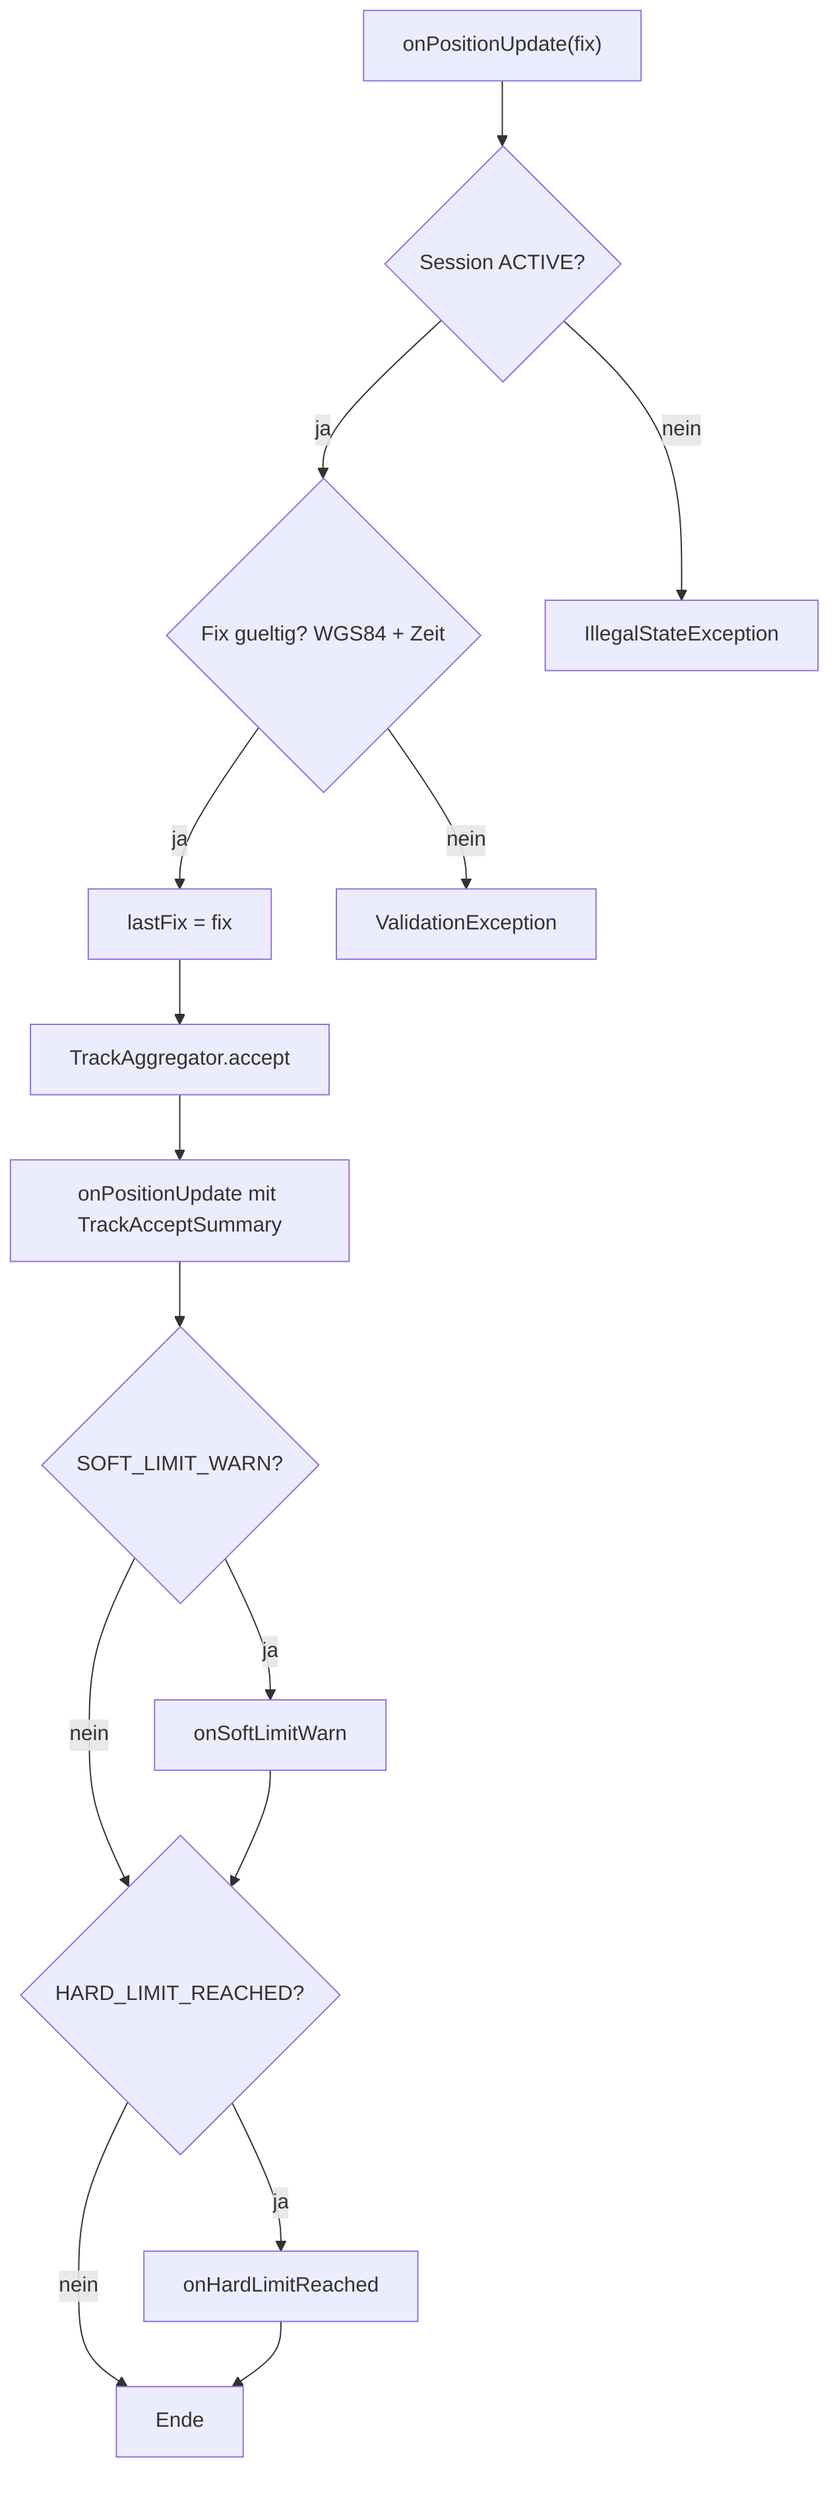
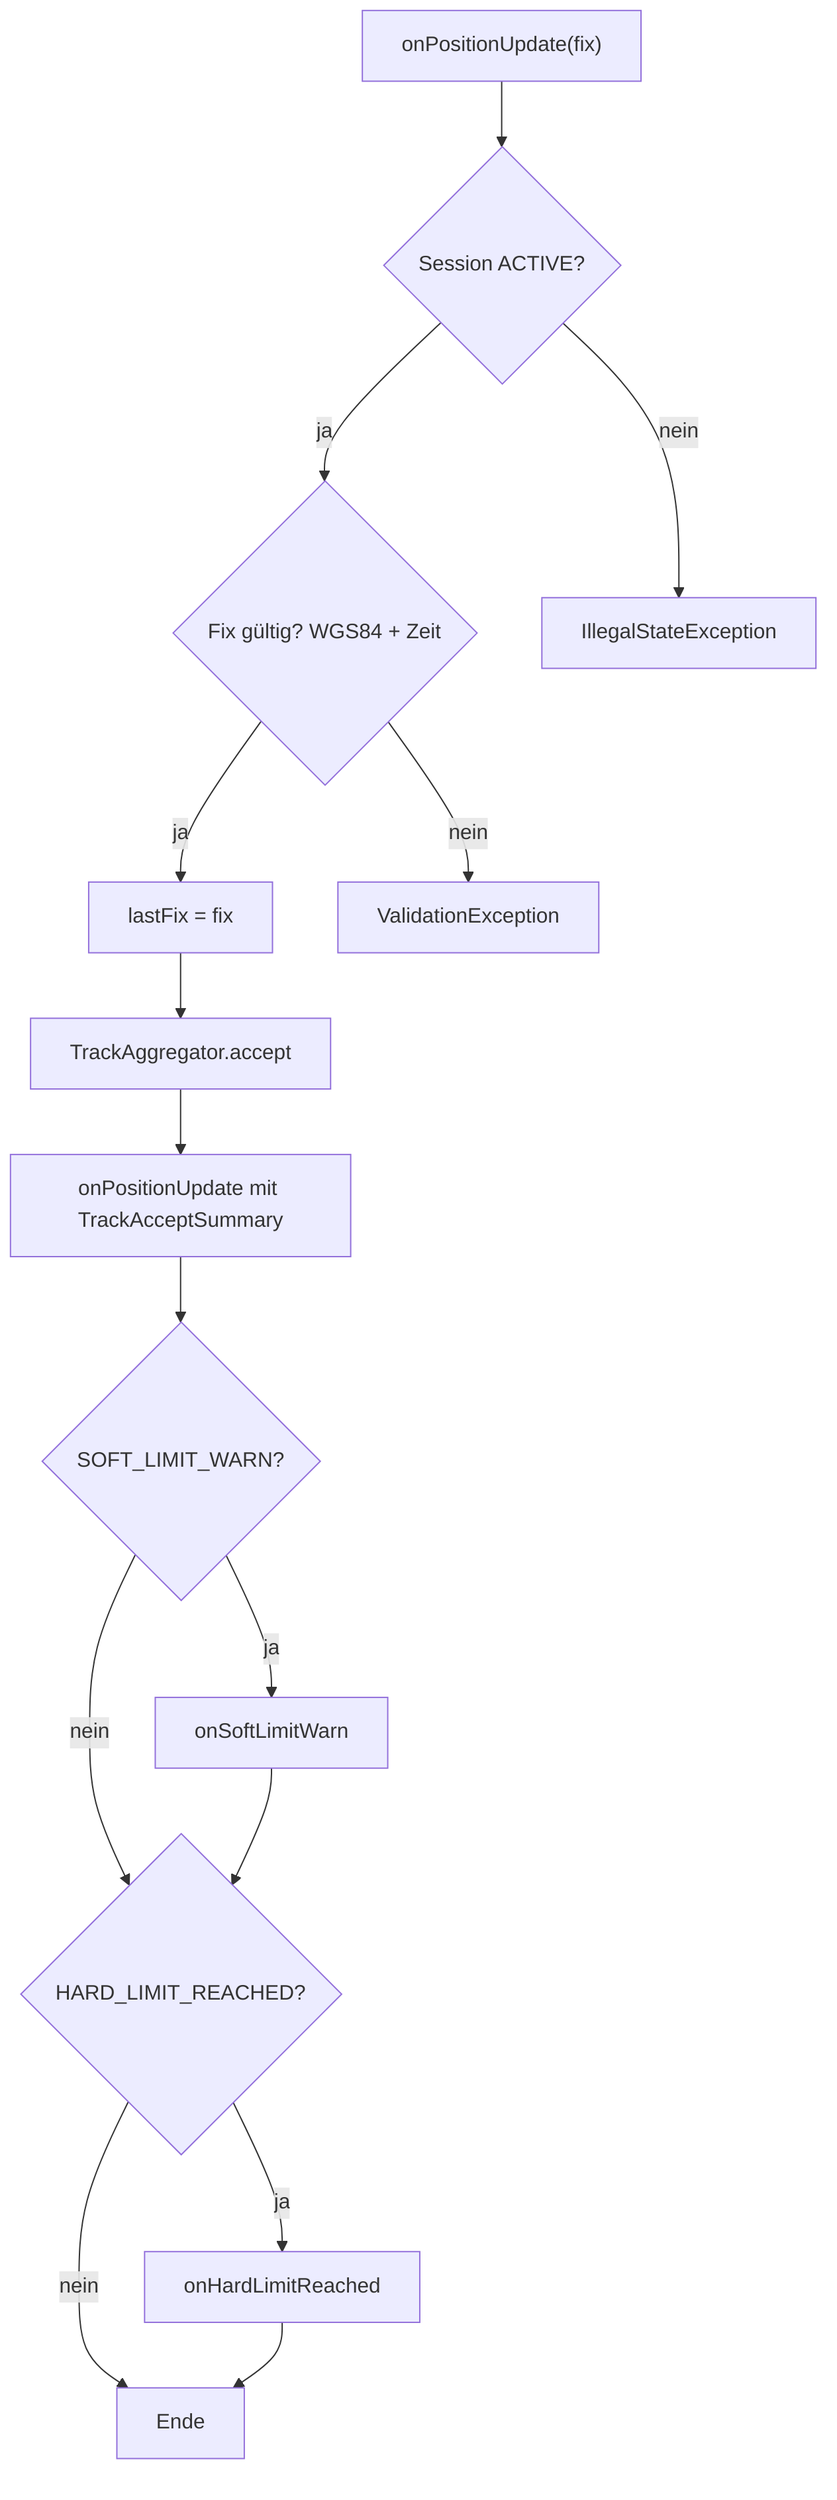
flowchart TD
  call["onPositionUpdate(fix)"] --> active{"Session ACTIVE?"}
-   active -->|ja| valid{"Fix gueltig? WGS84 + Zeit"}
+   active -->|ja| valid{"Fix gültig? WGS84 + Zeit"}
  active -->|nein| ise["IllegalStateException"]
  valid -->|ja| lastFix["lastFix = fix"]
  valid -->|nein| ve["ValidationException"]
  lastFix --> accept["TrackAggregator.accept"]
  accept --> evt1["onPositionUpdate mit TrackAcceptSummary"]
  evt1 --> softQ{"SOFT_LIMIT_WARN?"}
  softQ -->|ja| softEvt["onSoftLimitWarn"]
  softQ -->|nein| hardQ{"HARD_LIMIT_REACHED?"}
  softEvt --> hardQ
  hardQ -->|ja| hardEvt["onHardLimitReached"]
  hardQ -->|nein| endNode["Ende"]
  hardEvt --> endNode
